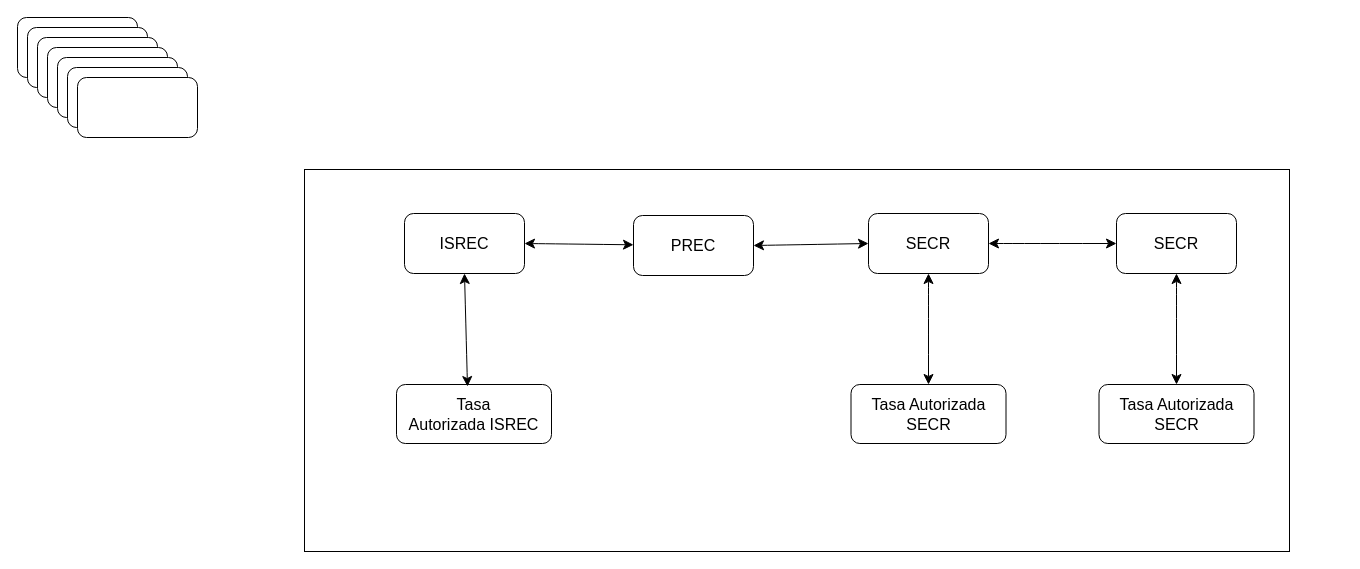
Before: page "Página-2" (2 of 2) of Diagrama sin título.drawio in EstebanGitPro/AdminFinanazas, a draw.io diagram. Source tidied: cells renumbered, new cells numbered last; positions are measured from the earlier drawing's top-left corner, leaving out a move shared by most shapes. Both pictures are drawn from the tidied source at 100%, with x=0, y=0 at pixel (17, 17).
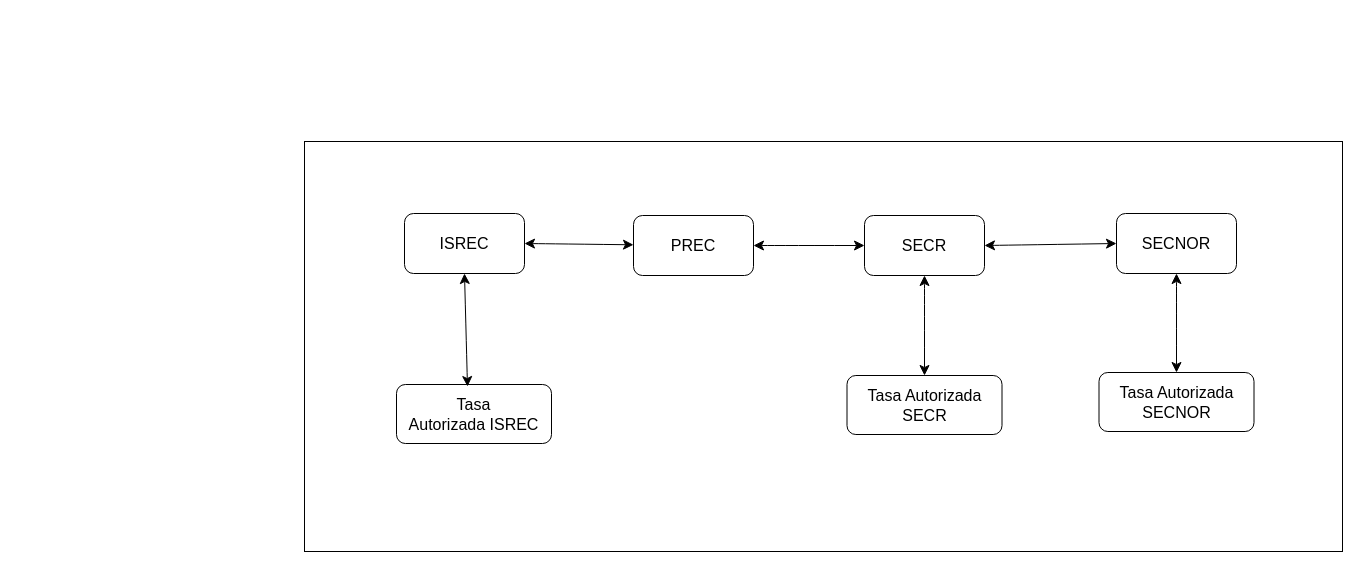
The same diagram, later.

What changed in the source:
```diff
@@
     <mxCell id="2" style="rounded=0;whiteSpace=wrap;html=1;fontSize=16;" parent="1" vertex="1">
-      <mxGeometry x="287" y="152" width="985" height="382" as="geometry" />
+      <mxGeometry x="287" y="124" width="1038" height="410" as="geometry" />
     </mxCell>
-    <mxCell id="3" style="rounded=1;whiteSpace=wrap;html=1;fontSize=16;" parent="1" vertex="1">
-      <mxGeometry width="120" height="60" as="geometry" />
-    </mxCell>
-    <mxCell id="4" style="rounded=1;whiteSpace=wrap;html=1;fontSize=16;" parent="1" vertex="1">
-      <mxGeometry x="10" y="10" width="120" height="60" as="geometry" />
-    </mxCell>
-    <mxCell id="5" style="rounded=1;whiteSpace=wrap;html=1;fontSize=16;" parent="1" vertex="1">
-      <mxGeometry x="20" y="20" width="120" height="60" as="geometry" />
-    </mxCell>
-    <mxCell id="6" style="rounded=1;whiteSpace=wrap;html=1;fontSize=16;" parent="1" vertex="1">
-      <mxGeometry x="30" y="30" width="120" height="60" as="geometry" />
-    </mxCell>
-    <mxCell id="7" style="rounded=1;whiteSpace=wrap;html=1;fontSize=16;" parent="1" vertex="1">
-      <mxGeometry x="40" y="40" width="120" height="60" as="geometry" />
-    </mxCell>
-    <mxCell id="8" style="rounded=1;whiteSpace=wrap;html=1;fontSize=16;" parent="1" vertex="1">
-      <mxGeometry x="50" y="50" width="120" height="60" as="geometry" />
-    </mxCell>
-    <mxCell id="9" style="rounded=1;whiteSpace=wrap;html=1;fontSize=16;" parent="1" vertex="1">
-      <mxGeometry x="60" y="60" width="120" height="60" as="geometry" />
-    </mxCell>
@@
     <mxCell id="11" value="SECR" style="rounded=1;whiteSpace=wrap;html=1;fontSize=16;" parent="1" vertex="1">
-      <mxGeometry x="851" y="196" width="120" height="60" as="geometry" />
+      <mxGeometry x="847" y="198" width="120" height="60" as="geometry" />
     </mxCell>
@@
     <mxCell id="16" value="Tasa Autorizada SECR" style="rounded=1;whiteSpace=wrap;html=1;fontSize=16;" parent="1" vertex="1">
-      <mxGeometry x="833.5" y="367" width="155" height="59" as="geometry" />
+      <mxGeometry x="829.5" y="358" width="155" height="59" as="geometry" />
     </mxCell>
@@
-    <mxCell id="19" value="SECR" style="rounded=1;whiteSpace=wrap;html=1;fontSize=16;" parent="1" vertex="1">
+    <mxCell id="19" value="SECNOR" style="rounded=1;whiteSpace=wrap;html=1;fontSize=16;" parent="1" vertex="1">
       <mxGeometry x="1099" y="196" width="120" height="60" as="geometry" />
     </mxCell>
@@
-    <mxCell id="21" value="Tasa Autorizada SECR" style="rounded=1;whiteSpace=wrap;html=1;fontSize=16;" parent="1" vertex="1">
-      <mxGeometry x="1081.5" y="367" width="155" height="59" as="geometry" />
+    <mxCell id="21" value="Tasa Autorizada SECNOR" style="rounded=1;whiteSpace=wrap;html=1;fontSize=16;" parent="1" vertex="1">
+      <mxGeometry x="1081.5" y="355" width="155" height="59" as="geometry" />
     </mxCell>
```
